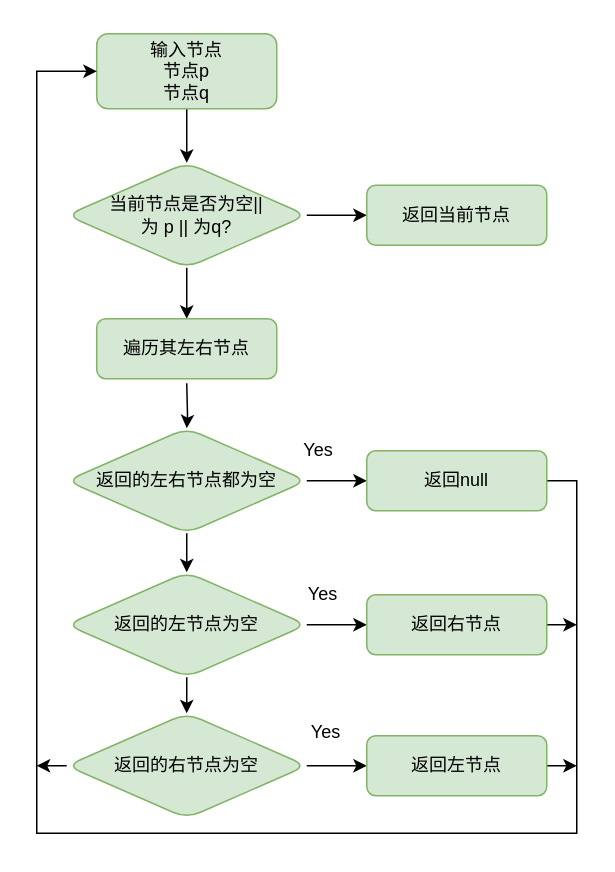
The draw.io diagram page "二叉树的最近公共祖先" (3 of 3) of 2022055.drawio in HonyoLAN/telmy, before the edit. Source tidied: cells renumbered, new cells numbered last; positions are measured from the earlier drawing's top-left corner, leaving out a move shared by most shapes. Both pictures are drawn from the tidied source at 150%, with x=0, y=0 at pixel (36, 33).
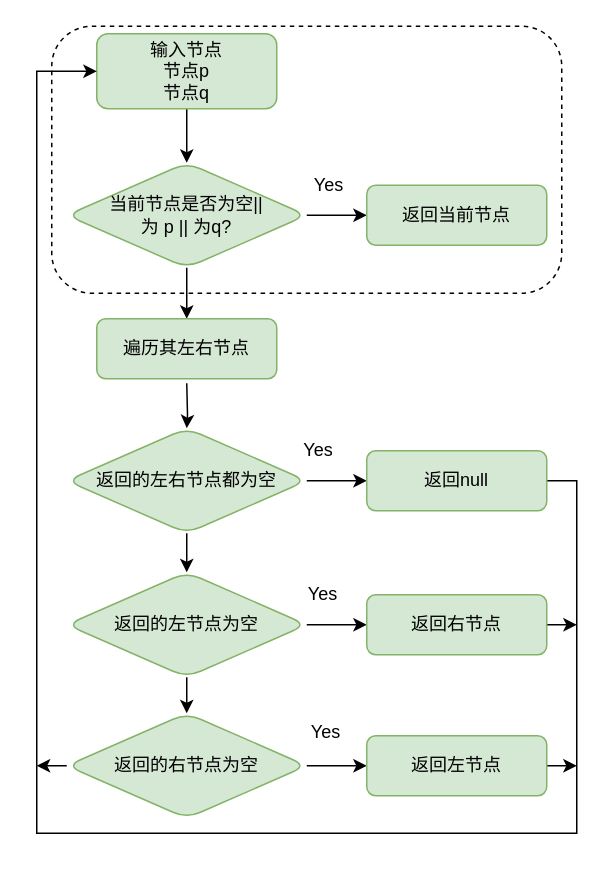
The same page after the edit.

What changed in the source:
```diff
@@
+    <mxCell id="28" value="Yes" style="text;html=1;strokeColor=none;fillColor=none;align=center;verticalAlign=middle;whiteSpace=wrap;rounded=0;" parent="1" vertex="1">
+      <mxGeometry x="180" y="86" width="30" height="30" as="geometry" />
+    </mxCell>
+    <mxCell id="29" style="rounded=1;whiteSpace=wrap;html=1;dashed=1;fillColor=none;" parent="1" vertex="1">
+      <mxGeometry x="10" y="-5" width="340" height="178" as="geometry" />
+    </mxCell>
```
